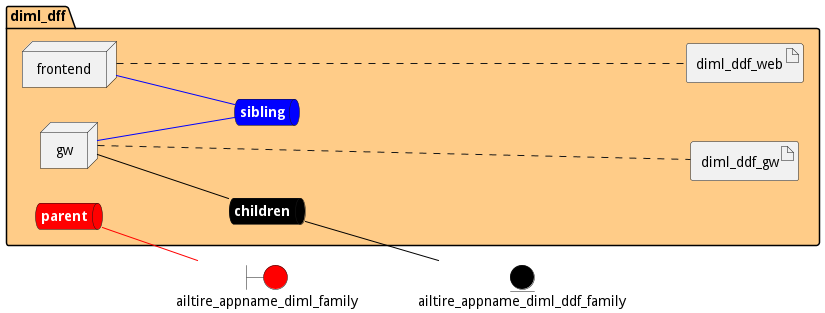
Before: docs/edgemere/diml/ddf/envs/prod/deployment.png, a diagram exported from PlantUML (madajaju/edgemere).
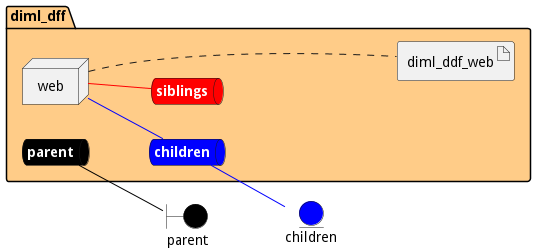
After the commit.

Diff of the diagram source:
```diff
@@ -3,49 +3,43 @@
 left to right direction
 
 
-boundary ailtire_appname_diml_family #red
+boundary parent #black
 
 
-entity ailtire_appname_diml_ddf_family #black
+entity children #blue
 
 
 
 
 package "diml_dff" #ffcc88 {
-    queue childrennet #black [
+    queue parentnet #black [
+            <b><color:white>parent</color></b>
+    ]
+
+    parentnet -[#black]- parent
+
+    queue childrennet #blue [
             <b><color:white>children</color></b>
     ]
 
-    childrennet -[#black]- ailtire_appname_diml_ddf_family
+    childrennet -[#blue]- children
 
-    queue siblingnet #blue [
-            <b><color:white>sibling</color></b>
+    queue siblingsnet #red [
+            <b><color:white>siblings</color></b>
     ]
 
-    queue parentnet #red [
-            <b><color:white>parent</color></b>
-    ]
 
-    parentnet -[#red]- ailtire_appname_diml_family
-
-
-node "frontend" as frontendService
-node "gw" as gwService
+node "web" as webService
 
 
         artifact "diml_ddf_web" as diml_ddf_webimage
 
-        artifact "diml_ddf_gw" as diml_ddf_gwimage
-
 }
 
-frontendService -[#blue]- siblingnet
+webService -[#blue]- childrennet
 
-gwService -[#black]- childrennet
-
-gwService -[#blue]- siblingnet
-frontendService .... diml_ddf_webimage
-gwService .... diml_ddf_gwimage
+webService -[#red]- siblingsnet
+webService .... diml_ddf_webimage
 
 
 @enduml
```
